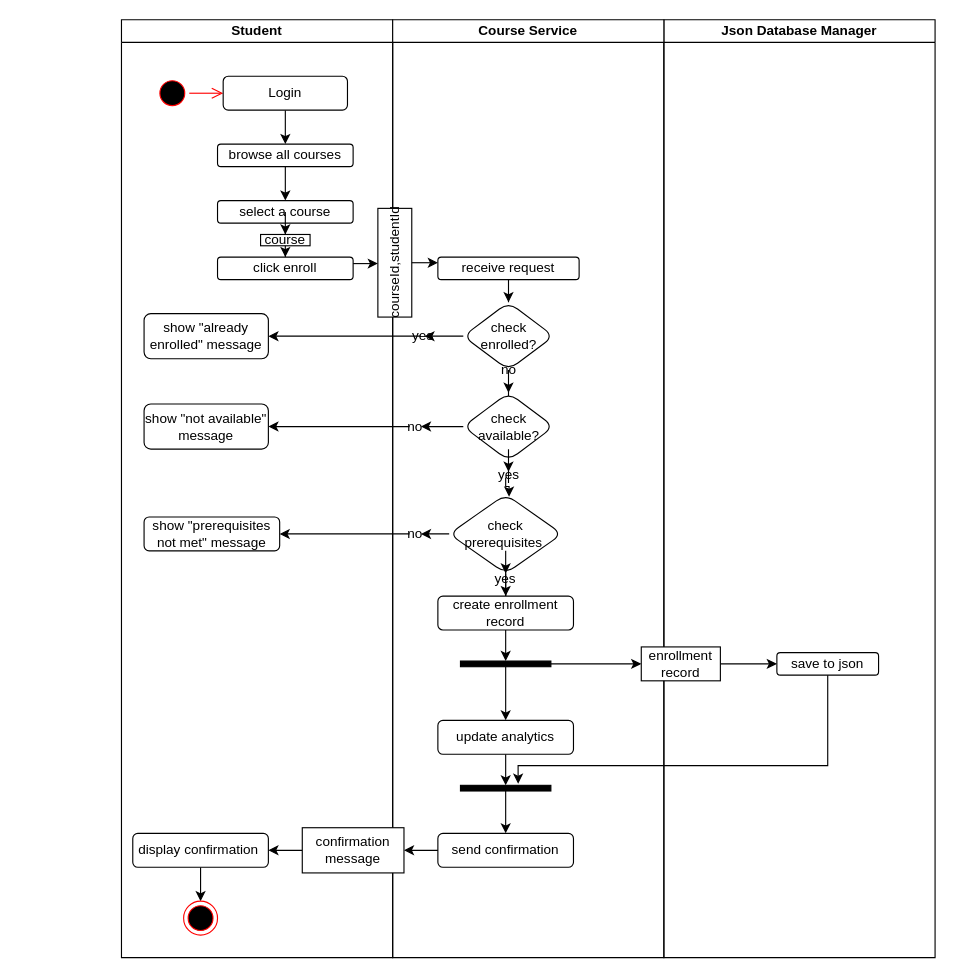
Earlier version of the draw.io diagram Activity Diagram/Activity Diagram.drawio (sarazaghlool05/lab6). Source tidied: cells renumbered, new cells numbered last; positions are measured from the earlier drawing's top-left corner, leaving out a move shared by most shapes. Both pictures are drawn from the tidied source at 113%, with x=0, y=0 at pixel (121, 19).
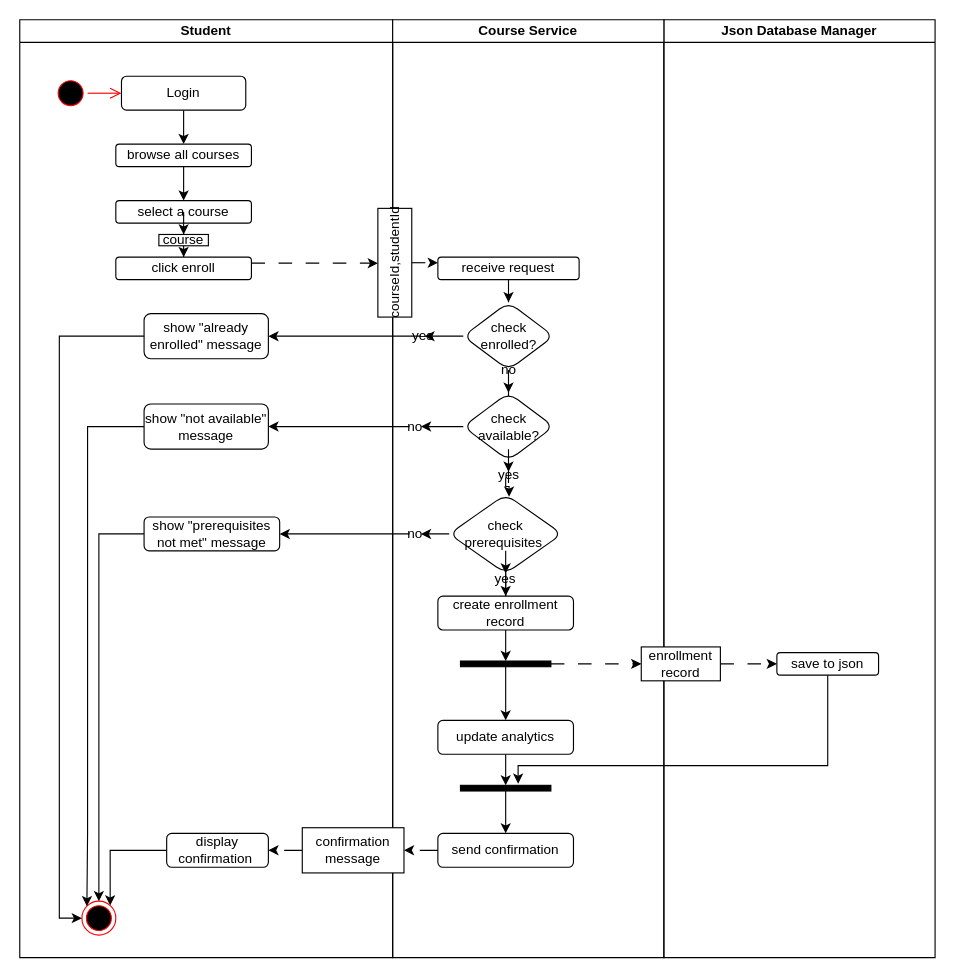
Above is the later version.

Commit message (it also covers changes not shown here):
updated activity diagram

Unchanged cells that the change refers to:
```xml
<mxCell id="10" value="select a course" style="whiteSpace=wrap;html=1;rounded=1;" parent="2" vertex="1">
  <mxGeometry x="85" y="160" width="120" height="20" as="geometry" />
</mxCell>
<mxCell id="11" value="click enroll" style="whiteSpace=wrap;html=1;rounded=1;" parent="2" vertex="1">
  <mxGeometry x="85" y="210" width="120" height="20" as="geometry" />
</mxCell>
<mxCell id="13" value="course" style="rounded=0;whiteSpace=wrap;html=1;" parent="2" vertex="1">
  <mxGeometry x="123.1" y="190" width="43.8" height="10" as="geometry" />
</mxCell>
<mxCell id="16" style="ellipse;html=1;shape=endState;fillColor=#000000;strokeColor=#ff0000;" parent="2" vertex="1">
  <mxGeometry x="55" y="780" width="30" height="30" as="geometry" />
</mxCell>
<mxCell id="17" value="Json Database Manager" style="swimlane;startSize=20;whiteSpace=wrap;html=1;" parent="1" vertex="1">
  <mxGeometry x="480" width="240" height="830" as="geometry" />
</mxCell>
<mxCell id="18" value="save to json" style="rounded=1;whiteSpace=wrap;html=1;" parent="17" vertex="1">
  <mxGeometry x="100" y="560" width="90" height="20" as="geometry" />
</mxCell>
<mxCell id="19" value="Course Service" style="swimlane;startSize=20;whiteSpace=wrap;html=1;" parent="17" vertex="1">
  <mxGeometry x="-240" width="240" height="830" as="geometry" />
</mxCell>
<mxCell id="21" value="receive request" style="whiteSpace=wrap;html=1;rounded=1;" parent="19" vertex="1">
  <mxGeometry x="40" y="210" width="125" height="20" as="geometry" />
</mxCell>
<mxCell id="25" value="show &quot;already enrolled&quot; message" style="whiteSpace=wrap;html=1;rounded=1;" parent="19" vertex="1">
  <mxGeometry x="-220" y="260" width="110" height="40" as="geometry" />
</mxCell>
<mxCell id="30" value="show &quot;not available&quot; message" style="whiteSpace=wrap;html=1;rounded=1;" parent="19" vertex="1">
  <mxGeometry x="-220" y="340" width="110" height="40" as="geometry" />
</mxCell>
<mxCell id="34" value="show &quot;prerequisites not met&quot; message" style="whiteSpace=wrap;html=1;rounded=1;" parent="19" vertex="1">
  <mxGeometry x="-220" y="440" width="120" height="30" as="geometry" />
</mxCell>
<mxCell id="38" style="html=1;points=[];perimeter=orthogonalPerimeter;fillColor=strokeColor;rotation=90;" parent="19" vertex="1">
  <mxGeometry x="97.5" y="530" width="5" height="80" as="geometry" />
</mxCell>
<mxCell id="41" value="courseId,studentId" style="rounded=0;whiteSpace=wrap;html=1;rotation=-90;" parent="19" vertex="1">
  <mxGeometry x="-46.2" y="200" width="96.2" height="30" as="geometry" />
</mxCell>
<mxCell id="45" value="send confirmation" style="rounded=1;whiteSpace=wrap;html=1;" parent="19" vertex="1">
  <mxGeometry x="40" y="720" width="120" height="30" as="geometry" />
</mxCell>
<mxCell id="58" value="enrollment record" style="rounded=0;whiteSpace=wrap;html=1;" parent="17" vertex="1">
  <mxGeometry x="-20" y="555" width="70" height="30" as="geometry" />
</mxCell>
<mxCell id="63" value="confirmation message" style="rounded=0;whiteSpace=wrap;html=1;" parent="1" vertex="1">
  <mxGeometry x="160" y="715" width="90" height="40" as="geometry" />
</mxCell>
```

Change to the diagram source:
```diff
@@
     <mxCell id="2" value="Student" style="swimlane;startSize=20;whiteSpace=wrap;html=1;" parent="1" vertex="1">
-      <mxGeometry width="240" height="830" as="geometry" />
+      <mxGeometry x="-90" width="330" height="830" as="geometry" />
     </mxCell>
@@
-    <mxCell id="9" style="edgeStyle=orthogonalEdgeStyle;rounded=0;jettySize=auto;html=1;" parent="2" edge="1" source="13" target="11">
+    <mxCell id="9" style="edgeStyle=orthogonalEdgeStyle;rounded=0;jettySize=auto;html=1;dashed=1;dashPattern=12 12;" parent="2" edge="1" source="13" target="11">
       <mxGeometry relative="1" as="geometry" />
     </mxCell>
@@
-    <mxCell id="12" style="edgeStyle=orthogonalEdgeStyle;rounded=0;jettySize=auto;html=1;" parent="2" edge="1" source="10" target="13">
+    <mxCell id="12" style="edgeStyle=orthogonalEdgeStyle;rounded=0;jettySize=auto;html=1;dashed=1;dashPattern=12 12;" parent="2" edge="1" source="10" target="13">
       <mxGeometry relative="1" as="geometry" />
     </mxCell>
@@
     <mxCell id="14" style="edgeStyle=orthogonalEdgeStyle;rounded=0;jettySize=auto;html=1;" parent="2" edge="1" source="15" target="16">
-      <mxGeometry relative="1" as="geometry" />
+      <mxGeometry relative="1" as="geometry">
+        <Array as="points">
+          <mxPoint x="80" y="735" />
+        </Array>
+      </mxGeometry>
     </mxCell>
     <mxCell id="15" value="display confirmation&amp;nbsp;" style="whiteSpace=wrap;html=1;rounded=1;" parent="2" vertex="1">
-      <mxGeometry x="10" y="720" width="120" height="30" as="geometry" />
+      <mxGeometry x="130" y="720" width="90" height="30" as="geometry" />
     </mxCell>
@@
-    <mxCell id="42" style="edgeStyle=orthogonalEdgeStyle;rounded=0;jettySize=auto;html=1;" parent="19" edge="1" source="41" target="21">
+    <mxCell id="42" style="edgeStyle=orthogonalEdgeStyle;rounded=0;jettySize=auto;html=1;dashed=1;dashPattern=12 12;" parent="19" edge="1" source="41" target="21">
       <mxGeometry relative="1" as="geometry">
         <Array as="points">
           <mxPoint x="30" y="220" />
           <mxPoint x="30" y="220" />
         </Array>
       </mxGeometry>
     </mxCell>
@@
-    <mxCell id="56" style="edgeStyle=orthogonalEdgeStyle;rounded=0;jettySize=auto;html=1;entryX=0;entryY=0.5;entryDx=0;entryDy=0;" parent="17" edge="1" source="58" target="18">
+    <mxCell id="56" style="edgeStyle=orthogonalEdgeStyle;rounded=0;jettySize=auto;html=1;entryX=0;entryY=0.5;entryDx=0;entryDy=0;dashed=1;dashPattern=12 12;" parent="17" edge="1" source="58" target="18">
       <mxGeometry relative="1" as="geometry" />
     </mxCell>
-    <mxCell id="57" style="edgeStyle=orthogonalEdgeStyle;rounded=0;jettySize=auto;html=1;entryX=0;entryY=0.5;entryDx=0;entryDy=0;" parent="17" edge="1" source="38" target="58">
+    <mxCell id="57" style="edgeStyle=orthogonalEdgeStyle;rounded=0;jettySize=auto;html=1;entryX=0;entryY=0.5;entryDx=0;entryDy=0;dashed=1;dashPattern=12 12;" parent="17" edge="1" source="38" target="58">
       <mxGeometry relative="1" as="geometry">
         <Array as="points">
           <mxPoint x="-100" y="570" />
         </Array>
       </mxGeometry>
     </mxCell>
@@
-    <mxCell id="60" style="edgeStyle=orthogonalEdgeStyle;rounded=0;jettySize=auto;html=1;" parent="1" edge="1" source="11" target="41">
+    <mxCell id="60" style="edgeStyle=orthogonalEdgeStyle;rounded=0;jettySize=auto;html=1;dashed=1;dashPattern=12 12;" parent="1" edge="1" source="11" target="41">
       <mxGeometry relative="1" as="geometry">
         <Array as="points">
           <mxPoint x="220" y="220" />
           <mxPoint x="220" y="220" />
         </Array>
       </mxGeometry>
     </mxCell>
-    <mxCell id="61" style="edgeStyle=orthogonalEdgeStyle;rounded=0;jettySize=auto;html=1;" parent="1" edge="1" source="63" target="15">
+    <mxCell id="61" style="edgeStyle=orthogonalEdgeStyle;rounded=0;jettySize=auto;html=1;dashed=1;dashPattern=12 12;" parent="1" edge="1" source="63" target="15">
       <mxGeometry relative="1" as="geometry" />
     </mxCell>
-    <mxCell id="62" style="edgeStyle=orthogonalEdgeStyle;rounded=0;jettySize=auto;html=1;" parent="1" edge="1" source="45" target="63">
+    <mxCell id="62" style="edgeStyle=orthogonalEdgeStyle;rounded=0;jettySize=auto;html=1;dashed=1;dashPattern=12 12;" parent="1" edge="1" source="45" target="63">
       <mxGeometry relative="1" as="geometry" />
     </mxCell>
@@
+    <mxCell id="64" style="edgeStyle=orthogonalEdgeStyle;rounded=0;jettySize=auto;html=1;entryX=0;entryY=0;entryDx=0;entryDy=0;" parent="1" edge="1" source="30" target="16">
+      <mxGeometry relative="1" as="geometry">
+        <Array as="points">
+          <mxPoint x="-30" y="360" />
+          <mxPoint x="-30" y="720" />
+        </Array>
+      </mxGeometry>
+    </mxCell>
+    <mxCell id="65" style="edgeStyle=orthogonalEdgeStyle;rounded=0;jettySize=auto;html=1;entryX=0;entryY=0.5;entryDx=0;entryDy=0;" parent="1" edge="1" source="25" target="16">
+      <mxGeometry relative="1" as="geometry" />
+    </mxCell>
+    <mxCell id="66" style="edgeStyle=orthogonalEdgeStyle;rounded=0;jettySize=auto;html=1;entryX=0.5;entryY=0;entryDx=0;entryDy=0;" parent="1" edge="1" source="34" target="16">
+      <mxGeometry relative="1" as="geometry" />
+    </mxCell>
```
